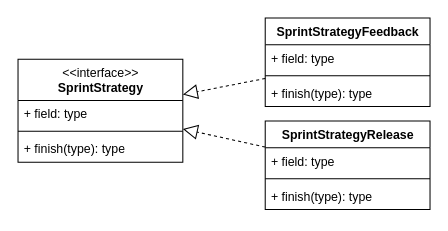
Earlier version of the draw.io diagram page "SprintStrategyPattern" (2 of 9) of docs/uml_avansdevops.drawio (L-Mustang/avansdevops). Source tidied: cells renumbered, new cells numbered last; positions are measured from the earlier drawing's top-left corner, leaving out a move shared by most shapes. Both pictures are drawn from the tidied source at 103%, with x=0, y=0 at pixel (18, 18).
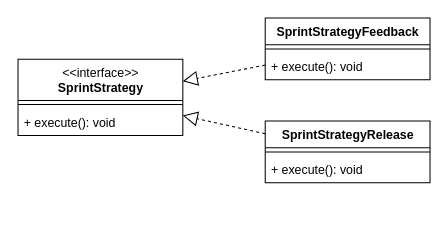
After the change.

The edit, as a diff of the source:
```diff
@@
 <mxGraphModel>
   <root>
     <mxCell id="0" />
     <mxCell id="1" parent="0" />
     <mxCell id="2" value="&lt;span style=&quot;font-weight: normal&quot;&gt;&amp;lt;&amp;lt;interface&amp;gt;&amp;gt;&lt;/span&gt;&lt;br&gt;SprintStrategy" style="swimlane;fontStyle=1;align=center;verticalAlign=top;horizontal=1;startSize=40;html=1;" parent="1" vertex="1">
-      <mxGeometry y="40" width="160" height="100" as="geometry" />
+      <mxGeometry y="40" width="160" height="74" as="geometry" />
     </mxCell>
-    <mxCell id="3" value="+ field: type" style="text;strokeColor=none;fillColor=none;align=left;verticalAlign=top;spacingLeft=4;spacingRight=4;overflow=hidden;html=1;" parent="2" vertex="1">
-      <mxGeometry y="40" width="160" height="26" as="geometry" />
-    </mxCell>
     <mxCell id="4" style="line;strokeWidth=1;fillColor=none;align=left;verticalAlign=middle;spacingTop=-1;spacingLeft=3;spacingRight=3;labelPosition=right;html=1;" parent="2" vertex="1">
-      <mxGeometry y="66" width="160" height="8" as="geometry" />
+      <mxGeometry y="40" width="160" height="8" as="geometry" />
     </mxCell>
-    <mxCell id="5" value="+ finish(type): type" style="text;strokeColor=none;fillColor=none;align=left;verticalAlign=top;spacingLeft=4;spacingRight=4;overflow=hidden;html=1;" parent="2" vertex="1">
-      <mxGeometry y="74" width="160" height="26" as="geometry" />
+    <mxCell id="5" value="+ execute(): void" style="text;strokeColor=none;fillColor=none;align=left;verticalAlign=top;spacingLeft=4;spacingRight=4;overflow=hidden;html=1;" parent="2" vertex="1">
+      <mxGeometry y="48" width="160" height="26" as="geometry" />
     </mxCell>
     <mxCell id="6" value="SprintStrategyFeedback" style="swimlane;fontStyle=1;align=center;verticalAlign=top;horizontal=1;startSize=26;html=1;" parent="1" vertex="1">
-      <mxGeometry x="240" width="160" height="86" as="geometry" />
+      <mxGeometry x="240" width="160" height="60" as="geometry" />
     </mxCell>
-    <mxCell id="7" value="+ field: type" style="text;strokeColor=none;fillColor=none;align=left;verticalAlign=top;spacingLeft=4;spacingRight=4;overflow=hidden;html=1;" parent="6" vertex="1">
-      <mxGeometry y="26" width="160" height="26" as="geometry" />
-    </mxCell>
     <mxCell id="8" style="line;strokeWidth=1;fillColor=none;align=left;verticalAlign=middle;spacingTop=-1;spacingLeft=3;spacingRight=3;labelPosition=right;html=1;" parent="6" vertex="1">
-      <mxGeometry y="52" width="160" height="8" as="geometry" />
+      <mxGeometry y="26" width="160" height="8" as="geometry" />
     </mxCell>
-    <mxCell id="9" value="+ finish(type): type" style="text;strokeColor=none;fillColor=none;align=left;verticalAlign=top;spacingLeft=4;spacingRight=4;overflow=hidden;html=1;" parent="6" vertex="1">
-      <mxGeometry y="60" width="160" height="26" as="geometry" />
+    <mxCell id="9" value="+ execute(): void" style="text;strokeColor=none;fillColor=none;align=left;verticalAlign=top;spacingLeft=4;spacingRight=4;overflow=hidden;html=1;" parent="6" vertex="1">
+      <mxGeometry y="34" width="160" height="26" as="geometry" />
     </mxCell>
     <mxCell id="10" value="SprintStrategyRelease" style="swimlane;fontStyle=1;align=center;verticalAlign=top;horizontal=1;startSize=26;html=1;" parent="1" vertex="1">
-      <mxGeometry x="240" y="100" width="160" height="86" as="geometry" />
+      <mxGeometry x="240" y="100" width="160" height="60" as="geometry" />
     </mxCell>
-    <mxCell id="11" value="+ field: type" style="text;strokeColor=none;fillColor=none;align=left;verticalAlign=top;spacingLeft=4;spacingRight=4;overflow=hidden;html=1;" parent="10" vertex="1">
-      <mxGeometry y="26" width="160" height="26" as="geometry" />
-    </mxCell>
     <mxCell id="12" style="line;strokeWidth=1;fillColor=none;align=left;verticalAlign=middle;spacingTop=-1;spacingLeft=3;spacingRight=3;labelPosition=right;html=1;" parent="10" vertex="1">
-      <mxGeometry y="52" width="160" height="8" as="geometry" />
+      <mxGeometry y="26" width="160" height="8" as="geometry" />
     </mxCell>
-    <mxCell id="13" value="+ finish(type): type" style="text;strokeColor=none;fillColor=none;align=left;verticalAlign=top;spacingLeft=4;spacingRight=4;overflow=hidden;html=1;" parent="10" vertex="1">
-      <mxGeometry y="60" width="160" height="26" as="geometry" />
+    <mxCell id="13" value="+ execute(): void" style="text;strokeColor=none;fillColor=none;align=left;verticalAlign=top;spacingLeft=4;spacingRight=4;overflow=hidden;html=1;" parent="10" vertex="1">
+      <mxGeometry y="34" width="160" height="26" as="geometry" />
     </mxCell>
     <mxCell id="14" style="endArrow=block;dashed=1;endFill=0;endSize=12;html=1;rounded=0;" parent="1" edge="1" source="6" target="2">
       <mxGeometry relative="1" as="geometry" />
     </mxCell>
     <mxCell id="15" style="endArrow=block;dashed=1;endFill=0;endSize=12;html=1;rounded=0;" parent="1" edge="1" source="10" target="2">
       <mxGeometry relative="1" as="geometry" />
     </mxCell>
   </root>
 </mxGraphModel>
```
